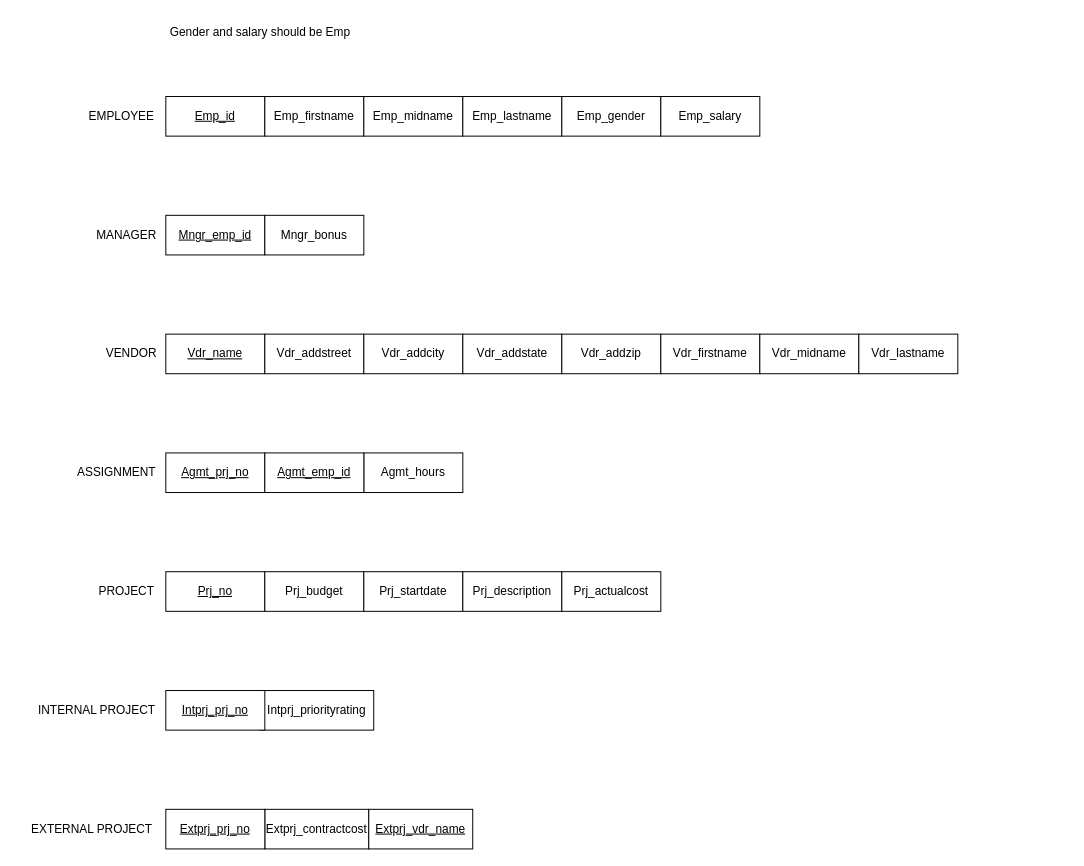
Above: da.drawio in LarryChenCode/IS7020_diagrams (draw.io), before the change. Source tidied: cells renumbered, new cells numbered last; positions are measured from the earlier drawing's top-left corner, leaving out a move shared by most shapes. Both pictures are drawn from the tidied source at 99%, with x=0, y=0 at pixel (17, 17).
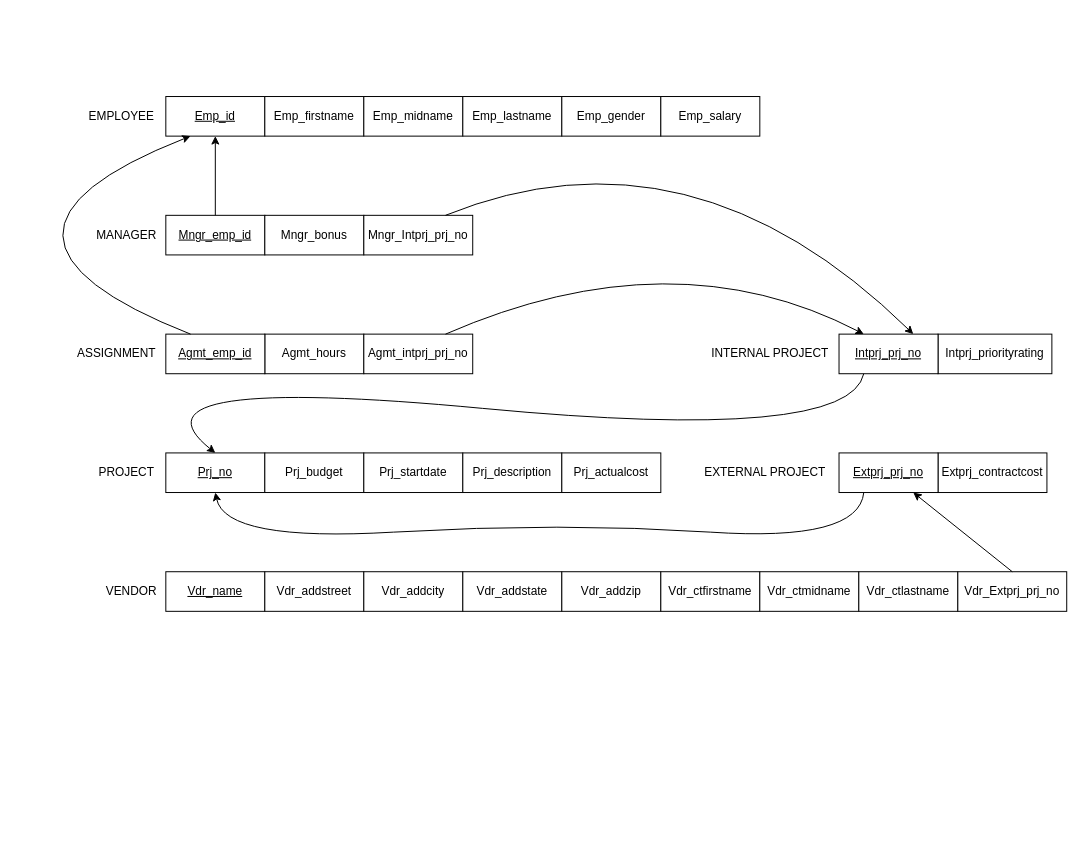
The same page after the edit.

Unchanged cells that the change refers to:
```xml
<mxCell id="3" value="&lt;u&gt;Emp_id&lt;/u&gt;" style="whiteSpace=wrap;html=1;align=center;" parent="1" vertex="1">
  <mxGeometry x="150" y="80" width="100" height="40" as="geometry" />
</mxCell>
<mxCell id="8" value="&lt;u&gt;Mngr_emp_id&lt;/u&gt;" style="whiteSpace=wrap;html=1;align=center;" parent="1" vertex="1">
  <mxGeometry x="150" y="200" width="100" height="40" as="geometry" />
</mxCell>
```

The edit, as a diff of the source:
```diff
@@
-    <mxCell id="10" value="VENDOR" style="text;html=1;align=center;verticalAlign=middle;strokeColor=none;fillColor=none;" parent="1" vertex="1">
-      <mxGeometry x="80" y="325" width="70" height="30" as="geometry" />
-    </mxCell>
-    <mxCell id="11" value="&lt;u&gt;Vdr_name&lt;/u&gt;" style="whiteSpace=wrap;html=1;align=center;" parent="1" vertex="1">
-      <mxGeometry x="150" y="320" width="100" height="40" as="geometry" />
-    </mxCell>
-    <mxCell id="12" value="Vdr_addstreet" style="whiteSpace=wrap;html=1;align=center;" parent="1" vertex="1">
-      <mxGeometry x="250" y="320" width="100" height="40" as="geometry" />
-    </mxCell>
-    <mxCell id="13" value="Vdr_addcity" style="whiteSpace=wrap;html=1;align=center;" parent="1" vertex="1">
-      <mxGeometry x="350" y="320" width="100" height="40" as="geometry" />
-    </mxCell>
-    <mxCell id="14" value="Vdr_addstate" style="whiteSpace=wrap;html=1;align=center;" parent="1" vertex="1">
-      <mxGeometry x="450" y="320" width="100" height="40" as="geometry" />
-    </mxCell>
-    <mxCell id="15" value="Vdr_addzip" style="whiteSpace=wrap;html=1;align=center;" parent="1" vertex="1">
-      <mxGeometry x="550" y="320" width="100" height="40" as="geometry" />
-    </mxCell>
-    <mxCell id="16" value="Vdr_firstname" style="whiteSpace=wrap;html=1;align=center;" parent="1" vertex="1">
-      <mxGeometry x="650" y="320" width="100" height="40" as="geometry" />
-    </mxCell>
-    <mxCell id="17" value="Vdr_midname" style="whiteSpace=wrap;html=1;align=center;" parent="1" vertex="1">
-      <mxGeometry x="750" y="320" width="100" height="40" as="geometry" />
-    </mxCell>
-    <mxCell id="18" value="Vdr_lastname" style="whiteSpace=wrap;html=1;align=center;" parent="1" vertex="1">
-      <mxGeometry x="850" y="320" width="100" height="40" as="geometry" />
-    </mxCell>
     <mxCell id="19" value="ASSIGNMENT" style="text;html=1;align=center;verticalAlign=middle;strokeColor=none;fillColor=none;" parent="1" vertex="1">
-      <mxGeometry x="50" y="445" width="100" height="30" as="geometry" />
+      <mxGeometry x="50" y="325" width="100" height="30" as="geometry" />
     </mxCell>
     <mxCell id="20" value="Agmt_hours" style="whiteSpace=wrap;html=1;align=center;" parent="1" vertex="1">
-      <mxGeometry x="350" y="440" width="100" height="40" as="geometry" />
+      <mxGeometry x="250" y="320" width="100" height="40" as="geometry" />
     </mxCell>
@@
-    <mxCell id="23" value="Gender and salary should be Emp" style="text;html=1;align=center;verticalAlign=middle;strokeColor=none;fillColor=none;" parent="1" vertex="1">
-      <mxGeometry x="140" width="210" height="30" as="geometry" />
-    </mxCell>
     <mxCell id="24" value="INTERNAL PROJECT" style="text;html=1;align=center;verticalAlign=middle;strokeColor=none;fillColor=none;" parent="1" vertex="1">
-      <mxGeometry x="10" y="685" width="140" height="30" as="geometry" />
+      <mxGeometry x="690" y="325" width="140" height="30" as="geometry" />
     </mxCell>
     <mxCell id="25" value="Intprj_priorityrating" style="whiteSpace=wrap;html=1;align=center;" parent="1" vertex="1">
-      <mxGeometry x="245" y="680" width="115" height="40" as="geometry" />
+      <mxGeometry x="930" y="320" width="115" height="40" as="geometry" />
     </mxCell>
     <mxCell id="26" value="EXTERNAL PROJECT" style="text;html=1;align=center;verticalAlign=middle;strokeColor=none;fillColor=none;" parent="1" vertex="1">
-      <mxGeometry y="805" width="150" height="30" as="geometry" />
+      <mxGeometry x="680" y="445" width="150" height="30" as="geometry" />
     </mxCell>
     <mxCell id="27" value="Extprj_contractcost" style="whiteSpace=wrap;html=1;align=center;" parent="1" vertex="1">
-      <mxGeometry x="250" y="800" width="105" height="40" as="geometry" />
+      <mxGeometry x="930" y="440" width="110" height="40" as="geometry" />
     </mxCell>
     <mxCell id="28" value="PROJECT" style="text;html=1;align=center;verticalAlign=middle;strokeColor=none;fillColor=none;" parent="1" vertex="1">
-      <mxGeometry x="70" y="565" width="80" height="30" as="geometry" />
+      <mxGeometry x="70" y="445" width="80" height="30" as="geometry" />
     </mxCell>
     <mxCell id="29" value="&lt;u&gt;Prj_no&lt;/u&gt;" style="whiteSpace=wrap;html=1;align=center;" parent="1" vertex="1">
-      <mxGeometry x="150" y="560" width="100" height="40" as="geometry" />
+      <mxGeometry x="150" y="440" width="100" height="40" as="geometry" />
     </mxCell>
     <mxCell id="30" value="Prj_budget" style="whiteSpace=wrap;html=1;align=center;" parent="1" vertex="1">
-      <mxGeometry x="250" y="560" width="100" height="40" as="geometry" />
+      <mxGeometry x="250" y="440" width="100" height="40" as="geometry" />
     </mxCell>
     <mxCell id="31" value="Prj_startdate" style="whiteSpace=wrap;html=1;align=center;" parent="1" vertex="1">
-      <mxGeometry x="350" y="560" width="100" height="40" as="geometry" />
+      <mxGeometry x="350" y="440" width="100" height="40" as="geometry" />
     </mxCell>
     <mxCell id="32" value="Prj_description" style="whiteSpace=wrap;html=1;align=center;" parent="1" vertex="1">
-      <mxGeometry x="450" y="560" width="100" height="40" as="geometry" />
+      <mxGeometry x="450" y="440" width="100" height="40" as="geometry" />
     </mxCell>
     <mxCell id="33" value="Prj_actualcost" style="whiteSpace=wrap;html=1;align=center;" parent="1" vertex="1">
-      <mxGeometry x="550" y="560" width="100" height="40" as="geometry" />
+      <mxGeometry x="550" y="440" width="100" height="40" as="geometry" />
     </mxCell>
     <mxCell id="34" value="&lt;u&gt;Intprj_prj_no&lt;/u&gt;" style="whiteSpace=wrap;html=1;align=center;" parent="1" vertex="1">
-      <mxGeometry x="150" y="680" width="100" height="40" as="geometry" />
+      <mxGeometry x="830" y="320" width="100" height="40" as="geometry" />
     </mxCell>
     <mxCell id="35" value="&lt;u&gt;Extprj_prj_no&lt;/u&gt;" style="whiteSpace=wrap;html=1;align=center;" parent="1" vertex="1">
-      <mxGeometry x="150" y="800" width="100" height="40" as="geometry" />
+      <mxGeometry x="830" y="440" width="100" height="40" as="geometry" />
     </mxCell>
-    <mxCell id="36" value="&lt;u&gt;Agmt_prj_no&lt;/u&gt;" style="whiteSpace=wrap;html=1;align=center;" parent="1" vertex="1">
-      <mxGeometry x="150" y="440" width="100" height="40" as="geometry" />
+    <mxCell id="36" value="Agmt_intprj_prj_no" style="whiteSpace=wrap;html=1;align=center;" parent="1" vertex="1">
+      <mxGeometry x="350" y="320" width="110" height="40" as="geometry" />
     </mxCell>
     <mxCell id="37" value="&lt;u&gt;Agmt_emp_id&lt;/u&gt;" style="whiteSpace=wrap;html=1;align=center;" parent="1" vertex="1">
-      <mxGeometry x="250" y="440" width="100" height="40" as="geometry" />
+      <mxGeometry x="150" y="320" width="100" height="40" as="geometry" />
     </mxCell>
-    <mxCell id="38" value="&lt;u&gt;Extprj_vdr_name&lt;/u&gt;" style="whiteSpace=wrap;html=1;align=center;" parent="1" vertex="1">
-      <mxGeometry x="355" y="800" width="105" height="40" as="geometry" />
-    </mxCell>
+    <mxCell id="39" value="Mngr_Intprj_prj_no" style="whiteSpace=wrap;html=1;align=center;" parent="1" vertex="1">
+      <mxGeometry x="350" y="200" width="110" height="40" as="geometry" />
+    </mxCell>
+    <mxCell id="40" style="endArrow=classic;html=1;rounded=0;entryX=0.5;entryY=1;entryDx=0;entryDy=0;exitX=0.5;exitY=0;exitDx=0;exitDy=0;" parent="1" edge="1" source="8" target="3">
+      <mxGeometry relative="1" as="geometry" />
+    </mxCell>
+    <mxCell id="10" value="VENDOR" style="text;html=1;align=center;verticalAlign=middle;strokeColor=none;fillColor=none;" parent="1" vertex="1">
+      <mxGeometry x="80" y="565" width="70" height="30" as="geometry" />
+    </mxCell>
+    <mxCell id="11" value="&lt;u&gt;Vdr_name&lt;/u&gt;" style="whiteSpace=wrap;html=1;align=center;" parent="1" vertex="1">
+      <mxGeometry x="150" y="560" width="100" height="40" as="geometry" />
+    </mxCell>
+    <mxCell id="12" value="Vdr_addstreet" style="whiteSpace=wrap;html=1;align=center;" parent="1" vertex="1">
+      <mxGeometry x="250" y="560" width="100" height="40" as="geometry" />
+    </mxCell>
+    <mxCell id="13" value="Vdr_addcity" style="whiteSpace=wrap;html=1;align=center;" parent="1" vertex="1">
+      <mxGeometry x="350" y="560" width="100" height="40" as="geometry" />
+    </mxCell>
+    <mxCell id="14" value="Vdr_addstate" style="whiteSpace=wrap;html=1;align=center;" parent="1" vertex="1">
+      <mxGeometry x="450" y="560" width="100" height="40" as="geometry" />
+    </mxCell>
+    <mxCell id="15" value="Vdr_addzip" style="whiteSpace=wrap;html=1;align=center;" parent="1" vertex="1">
+      <mxGeometry x="550" y="560" width="100" height="40" as="geometry" />
+    </mxCell>
+    <mxCell id="41" value="Vdr_ctfirstname" style="whiteSpace=wrap;html=1;align=center;" parent="1" vertex="1">
+      <mxGeometry x="650" y="560" width="100" height="40" as="geometry" />
+    </mxCell>
+    <mxCell id="42" value="Vdr_ctmidname" style="whiteSpace=wrap;html=1;align=center;" parent="1" vertex="1">
+      <mxGeometry x="750" y="560" width="100" height="40" as="geometry" />
+    </mxCell>
+    <mxCell id="43" value="Vdr_ctlastname" style="whiteSpace=wrap;html=1;align=center;" parent="1" vertex="1">
+      <mxGeometry x="850" y="560" width="100" height="40" as="geometry" />
+    </mxCell>
+    <mxCell id="44" value="Vdr_Extprj_prj_no" style="whiteSpace=wrap;html=1;align=center;" parent="1" vertex="1">
+      <mxGeometry x="950" y="560" width="110" height="40" as="geometry" />
+    </mxCell>
+    <mxCell id="45" style="curved=1;endArrow=classic;html=1;rounded=0;entryX=0.25;entryY=1;entryDx=0;entryDy=0;exitX=0.25;exitY=0;exitDx=0;exitDy=0;" parent="1" edge="1" source="37" target="3">
+      <mxGeometry relative="1" as="geometry">
+        <Array as="points">
+          <mxPoint x="-80" y="220" />
+        </Array>
+      </mxGeometry>
+    </mxCell>
+    <mxCell id="46" style="curved=1;endArrow=classic;html=1;rounded=0;exitX=0.75;exitY=0;exitDx=0;exitDy=0;entryX=0.75;entryY=0;entryDx=0;entryDy=0;" parent="1" edge="1" source="39" target="34">
+      <mxGeometry relative="1" as="geometry">
+        <Array as="points">
+          <mxPoint x="680" y="100" />
+        </Array>
+      </mxGeometry>
+    </mxCell>
+    <mxCell id="47" style="curved=1;endArrow=classic;html=1;rounded=0;exitX=0.75;exitY=0;exitDx=0;exitDy=0;entryX=0.25;entryY=0;entryDx=0;entryDy=0;" parent="1" edge="1" source="36" target="34">
+      <mxGeometry relative="1" as="geometry">
+        <Array as="points">
+          <mxPoint x="662" y="220" />
+        </Array>
+      </mxGeometry>
+    </mxCell>
+    <mxCell id="48" style="curved=1;endArrow=classic;html=1;rounded=0;entryX=0.5;entryY=0;entryDx=0;entryDy=0;exitX=0.25;exitY=1;exitDx=0;exitDy=0;" parent="1" edge="1" source="34" target="29">
+      <mxGeometry relative="1" as="geometry">
+        <Array as="points">
+          <mxPoint x="840" y="430" />
+          <mxPoint x="100" y="360" />
+        </Array>
+      </mxGeometry>
+    </mxCell>
+    <mxCell id="49" style="curved=1;endArrow=classic;html=1;rounded=0;entryX=0.5;entryY=1;entryDx=0;entryDy=0;exitX=0.25;exitY=1;exitDx=0;exitDy=0;" parent="1" edge="1" source="35" target="29">
+      <mxGeometry relative="1" as="geometry">
+        <Array as="points">
+          <mxPoint x="850" y="530" />
+          <mxPoint x="550" y="510" />
+          <mxPoint x="210" y="530" />
+        </Array>
+      </mxGeometry>
+    </mxCell>
+    <mxCell id="50" style="endArrow=classic;html=1;rounded=0;entryX=0.75;entryY=1;entryDx=0;entryDy=0;exitX=0.5;exitY=0;exitDx=0;exitDy=0;" parent="1" edge="1" source="44" target="35">
+      <mxGeometry relative="1" as="geometry" />
+    </mxCell>
```
